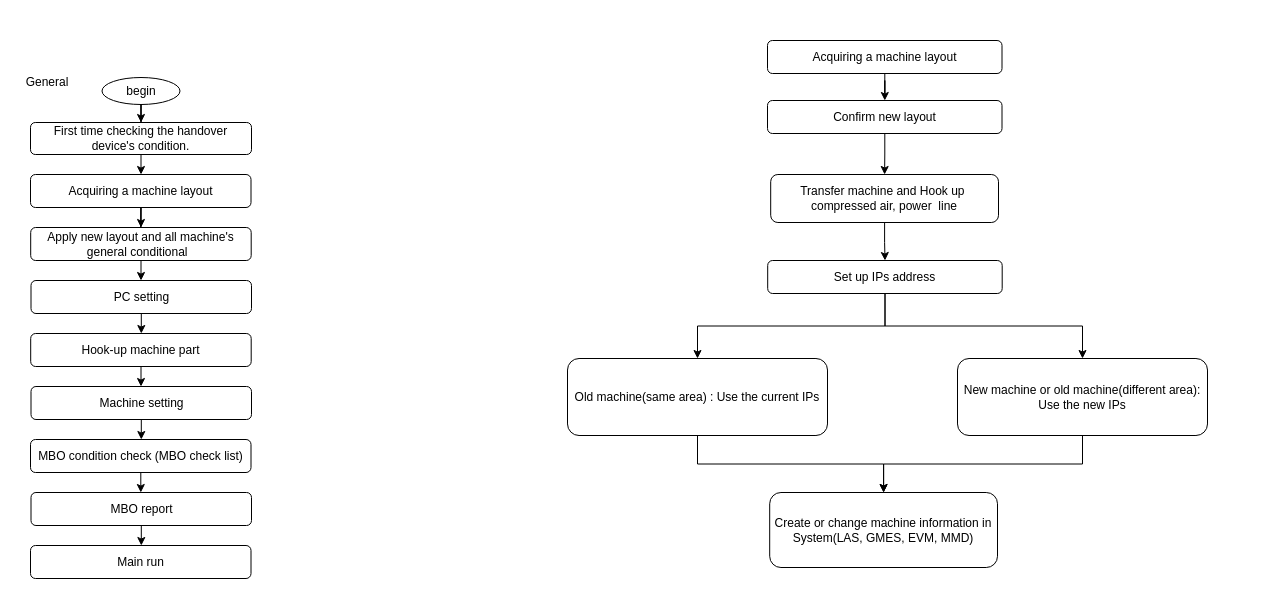
Wagdom/demo-git keeps this draw.io diagram as Untitled Diagram.drawio. Above is the earlier version. Source tidied: cells renumbered, new cells numbered last; positions are measured from the earlier drawing's top-left corner, leaving out a move shared by most shapes. Both pictures are drawn from the tidied source at 100%, with x=0, y=0 at pixel (17, 40).
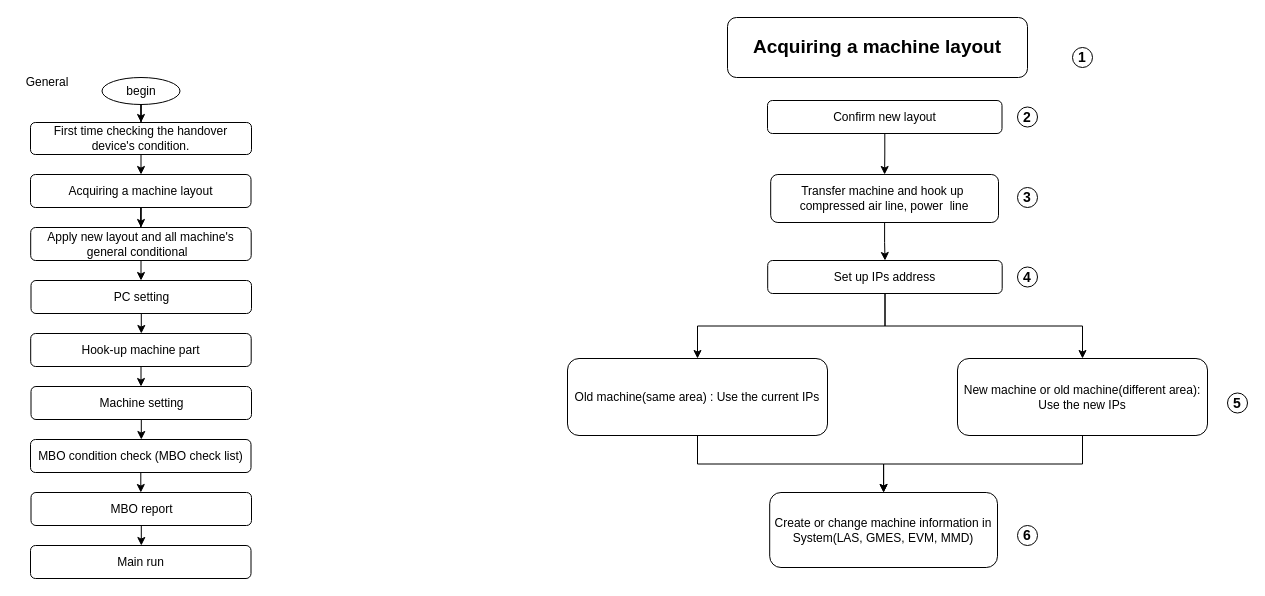
After the change.

The change refers to these unchanged cells:
```xml
<mxCell id="25" value="Confirm new layout" style="rounded=1;whiteSpace=wrap;html=1;" parent="1" vertex="1">
  <mxGeometry x="750" y="60" width="234.5" height="33" as="geometry" />
</mxCell>
```

The edit, as a diff of the source:
```diff
@@
-    <mxCell id="22" style="edgeStyle=orthogonalEdgeStyle;rounded=0;jettySize=auto;html=1;" parent="1" edge="1" source="23" target="25">
-      <mxGeometry relative="1" as="geometry" />
-    </mxCell>
-    <mxCell id="23" value="Acquiring a machine layout" style="rounded=1;whiteSpace=wrap;html=1;" parent="1" vertex="1">
-      <mxGeometry x="750" width="234.5" height="33" as="geometry" />
+    <mxCell id="23" value="&lt;b&gt;&lt;font style=&quot;font-size: 19px;&quot;&gt;Acquiring a machine layout&lt;/font&gt;&lt;/b&gt;" style="rounded=1;whiteSpace=wrap;html=1;" parent="1" vertex="1">
+      <mxGeometry x="710" y="-23" width="300" height="60" as="geometry" />
     </mxCell>
@@
-    <mxCell id="34" value="Transfer machine and Hook up&amp;nbsp; compressed air, power&amp;nbsp; line" style="rounded=1;whiteSpace=wrap;html=1;" parent="1" vertex="1">
+    <mxCell id="34" value="Transfer machine and hook up&amp;nbsp; compressed air line, power&amp;nbsp; line" style="rounded=1;whiteSpace=wrap;html=1;" parent="1" vertex="1">
       <mxGeometry x="753.2" y="134" width="227.8" height="48" as="geometry" />
     </mxCell>
@@
+    <mxCell id="36" value="&lt;b&gt;&lt;font style=&quot;font-size: 14px;&quot;&gt;1&lt;/font&gt;&lt;/b&gt;" style="ellipse;whiteSpace=wrap;html=1;" parent="1" vertex="1">
+      <mxGeometry x="1055" y="7" width="20" height="20" as="geometry" />
+    </mxCell>
+    <mxCell id="37" value="&lt;b&gt;&lt;font style=&quot;font-size: 14px;&quot;&gt;2&lt;/font&gt;&lt;/b&gt;" style="ellipse;whiteSpace=wrap;html=1;" parent="1" vertex="1">
+      <mxGeometry x="1000" y="66.5" width="20" height="20" as="geometry" />
+    </mxCell>
+    <mxCell id="38" value="&lt;b&gt;&lt;font style=&quot;font-size: 14px;&quot;&gt;3&lt;/font&gt;&lt;/b&gt;" style="ellipse;whiteSpace=wrap;html=1;" parent="1" vertex="1">
+      <mxGeometry x="1000" y="147" width="20" height="20" as="geometry" />
+    </mxCell>
+    <mxCell id="39" value="&lt;b&gt;&lt;font style=&quot;font-size: 14px;&quot;&gt;4&lt;/font&gt;&lt;/b&gt;" style="ellipse;whiteSpace=wrap;html=1;" parent="1" vertex="1">
+      <mxGeometry x="1000" y="226.5" width="20" height="20" as="geometry" />
+    </mxCell>
+    <mxCell id="40" value="&lt;b&gt;&lt;font style=&quot;font-size: 14px;&quot;&gt;6&lt;/font&gt;&lt;/b&gt;" style="ellipse;whiteSpace=wrap;html=1;" parent="1" vertex="1">
+      <mxGeometry x="1000" y="485" width="20" height="20" as="geometry" />
+    </mxCell>
+    <mxCell id="41" value="&lt;b&gt;&lt;font style=&quot;font-size: 14px;&quot;&gt;5&lt;/font&gt;&lt;/b&gt;" style="ellipse;whiteSpace=wrap;html=1;" parent="1" vertex="1">
+      <mxGeometry x="1210" y="352.5" width="20" height="20" as="geometry" />
+    </mxCell>
```
